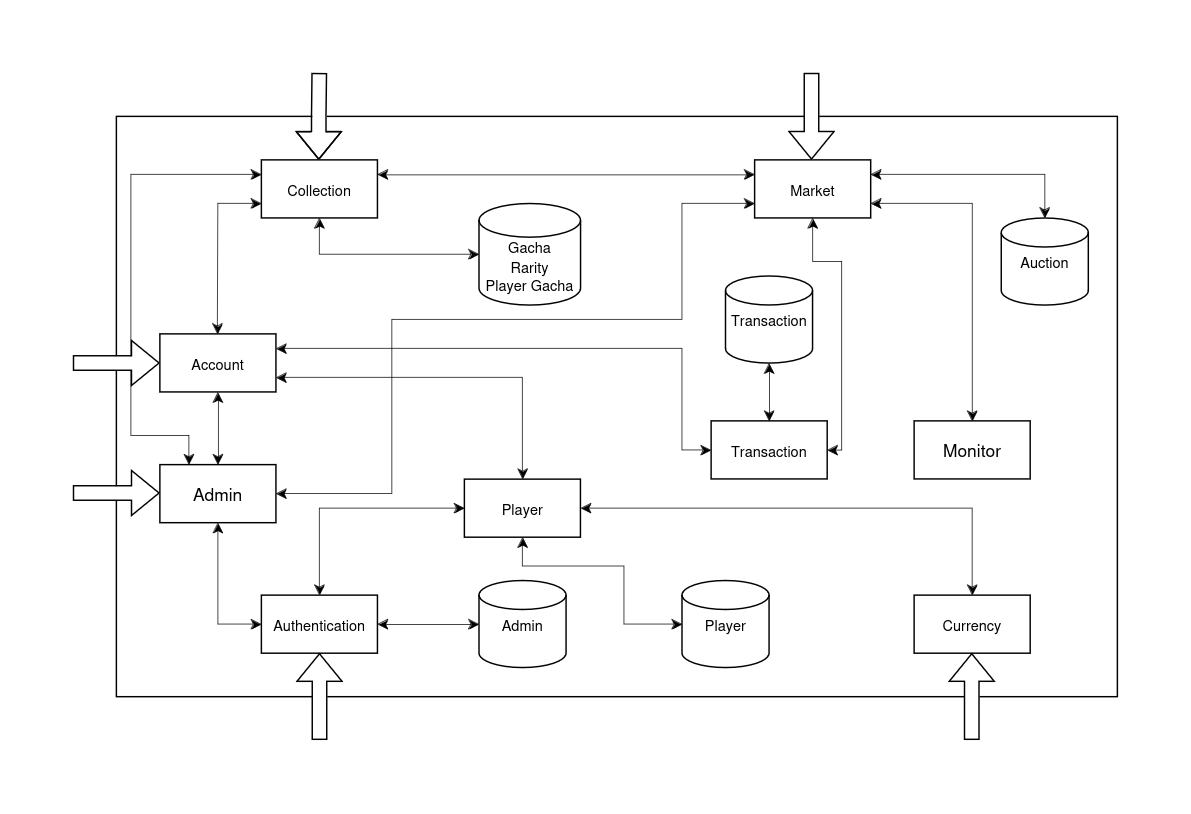
Before: doc/first-prototype-delivery/images/architecture-v2.drawio.png, a diagram exported from draw.io (pklone/ASE-project). Source tidied: cells renumbered, new cells last; positions are measured from the earlier drawing's top-left corner, leaving out a move shared by most shapes.
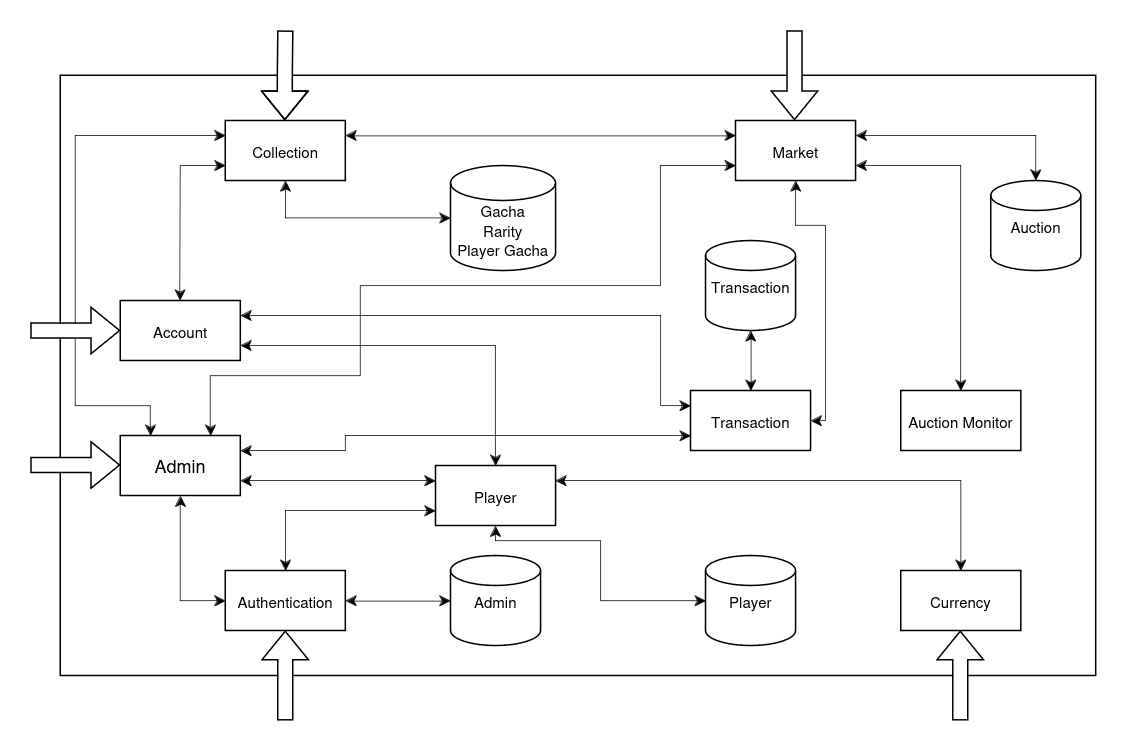
Above is the later version.

Change to the diagram source:
```diff
@@ -3,9 +3,9 @@
     <mxCell id="0" />
     <mxCell id="1" parent="0" />
     <mxCell id="2" style="rounded=0;whiteSpace=wrap;html=1;" parent="1" vertex="1">
-      <mxGeometry x="30" y="30" width="690" height="400" as="geometry" />
+      <mxGeometry x="20" y="30" width="690" height="400" as="geometry" />
     </mxCell>
-    <mxCell id="3" value="Monitor" style="rounded=0;whiteSpace=wrap;html=1;strokeWidth=1;" parent="1" vertex="1">
+    <mxCell id="3" value="&lt;font style=&quot;font-size: 10px;&quot;&gt;Auction Monitor&lt;/font&gt;" style="rounded=0;whiteSpace=wrap;html=1;strokeWidth=1;" parent="1" vertex="1">
       <mxGeometry x="580" y="240" width="80" height="40" as="geometry" />
     </mxCell>
     <mxCell id="4" value="&lt;font style=&quot;font-size: 10px;&quot;&gt;Currency&lt;/font&gt;" style="rounded=0;whiteSpace=wrap;html=1;strokeWidth=1;" parent="1" vertex="1">
@@ -39,7 +39,7 @@
       <mxGeometry relative="1" as="geometry" />
     </mxCell>
     <mxCell id="14" value="&lt;font style=&quot;font-size: 10px;&quot;&gt;Player&lt;/font&gt;" style="strokeWidth=1;html=1;shape=mxgraph.flowchart.database;whiteSpace=wrap;" parent="1" vertex="1">
-      <mxGeometry x="420" y="350" width="60" height="60" as="geometry" />
+      <mxGeometry x="450" y="350" width="60" height="60" as="geometry" />
     </mxCell>
     <mxCell id="15" style="endArrow=classic;startArrow=classic;html=1;rounded=0;strokeWidth=0.5;edgeStyle=orthogonalEdgeStyle;entryX=0.5;entryY=0;entryDx=0;entryDy=0;" parent="1" edge="1" source="26" target="4">
       <mxGeometry relative="1" as="geometry">
@@ -83,18 +83,20 @@
         </Array>
       </mxGeometry>
     </mxCell>
-    <mxCell id="20" style="endArrow=classic;startArrow=classic;html=1;rounded=0;entryX=0;entryY=0.5;entryDx=0;entryDy=0;exitX=1;exitY=0.25;exitDx=0;exitDy=0;strokeWidth=0.5;edgeStyle=orthogonalEdgeStyle;" parent="1" edge="1" source="27" target="6">
+    <mxCell id="20" style="endArrow=classic;startArrow=classic;html=1;rounded=0;exitX=1;exitY=0.25;exitDx=0;exitDy=0;strokeWidth=0.5;edgeStyle=orthogonalEdgeStyle;" parent="1" edge="1" source="27">
       <mxGeometry relative="1" as="geometry">
+        <mxPoint x="440" y="250" as="targetPoint" />
         <Array as="points">
           <mxPoint x="420" y="190" />
-          <mxPoint x="420" y="260" />
+          <mxPoint x="420" y="250" />
+          <mxPoint x="440" y="250" />
         </Array>
       </mxGeometry>
     </mxCell>
-    <mxCell id="21" style="endArrow=classic;startArrow=classic;html=1;rounded=0;entryX=0.5;entryY=0;entryDx=0;entryDy=0;exitX=0;exitY=0.5;exitDx=0;exitDy=0;strokeWidth=0.5;edgeStyle=orthogonalEdgeStyle;" parent="1" edge="1" source="26" target="7">
+    <mxCell id="21" style="endArrow=classic;startArrow=classic;html=1;rounded=0;entryX=0.5;entryY=0;entryDx=0;entryDy=0;exitX=0;exitY=0.75;exitDx=0;exitDy=0;strokeWidth=0.5;edgeStyle=orthogonalEdgeStyle;" parent="1" edge="1" source="26" target="7">
       <mxGeometry relative="1" as="geometry">
         <Array as="points">
-          <mxPoint x="170" y="300" />
+          <mxPoint x="170" y="320" />
         </Array>
       </mxGeometry>
     </mxCell>
@@ -113,6 +115,11 @@
         </Array>
       </mxGeometry>
     </mxCell>
+    <mxCell id="40" style="edgeStyle=orthogonalEdgeStyle;rounded=0;jettySize=auto;html=1;exitX=1;exitY=0.25;exitDx=0;exitDy=0;" parent="1" edge="1" source="24">
+      <mxGeometry relative="1" as="geometry">
+        <mxPoint x="140.3" y="280" as="targetPoint" />
+      </mxGeometry>
+    </mxCell>
     <mxCell id="24" value="Admin" style="rounded=0;whiteSpace=wrap;html=1;strokeWidth=1;" parent="1" vertex="1">
       <mxGeometry x="60" y="270" width="80" height="40" as="geometry" />
     </mxCell>
@@ -120,17 +127,11 @@
       <mxGeometry relative="1" as="geometry" />
     </mxCell>
     <mxCell id="26" value="&lt;font style=&quot;font-size: 10px;&quot;&gt;Player&lt;/font&gt;" style="rounded=0;whiteSpace=wrap;html=1;strokeWidth=1;" parent="1" vertex="1">
-      <mxGeometry x="270" y="280" width="80" height="40" as="geometry" />
+      <mxGeometry x="270" y="290" width="80" height="40" as="geometry" />
     </mxCell>
     <mxCell id="27" value="&lt;font style=&quot;font-size: 10px;&quot;&gt;Account&lt;/font&gt;" style="rounded=0;whiteSpace=wrap;html=1;strokeWidth=1;" parent="1" vertex="1">
       <mxGeometry x="60" y="180" width="80" height="40" as="geometry" />
     </mxCell>
-    <mxCell id="28" style="endArrow=classic;startArrow=classic;html=1;rounded=0;entryX=0;entryY=0.5;entryDx=0;entryDy=0;strokeWidth=0.5;edgeStyle=orthogonalEdgeStyle;" parent="1" edge="1">
-      <mxGeometry relative="1" as="geometry">
-        <mxPoint x="100" y="220" as="sourcePoint" />
-        <mxPoint x="100" y="270" as="targetPoint" />
-      </mxGeometry>
-    </mxCell>
     <mxCell id="29" value="&lt;font style=&quot;font-size: 10px;&quot;&gt;&lt;br&gt;Gacha&lt;br&gt;&lt;/font&gt;&lt;div style=&quot;font-size: 11px;&quot;&gt;&lt;font style=&quot;font-size: 10px;&quot;&gt;Rarity&lt;/font&gt;&lt;/div&gt;&lt;div style=&quot;font-size: 10px;&quot;&gt;&lt;font style=&quot;font-size: 10px;&quot;&gt;Player&lt;/font&gt;&lt;font style=&quot;font-size: 10px;&quot;&gt; Gacha&lt;br&gt;&lt;/font&gt;&lt;/div&gt;" style="strokeWidth=1;html=1;shape=mxgraph.flowchart.database;whiteSpace=wrap;" parent="1" vertex="1">
       <mxGeometry x="280" y="90" width="70" height="70" as="geometry" />
     </mxCell>
@@ -151,16 +152,16 @@
         <mxPoint x="130" y="70" as="targetPoint" />
         <Array as="points">
           <mxPoint x="80" y="250" />
-          <mxPoint x="40" y="250" />
-          <mxPoint x="40" y="70" />
+          <mxPoint x="30" y="250" />
+          <mxPoint x="30" y="70" />
         </Array>
       </mxGeometry>
     </mxCell>
-    <mxCell id="33" style="endArrow=classic;startArrow=classic;html=1;rounded=0;strokeWidth=0.5;edgeStyle=orthogonalEdgeStyle;entryX=0;entryY=0.75;entryDx=0;entryDy=0;" parent="1" edge="1" target="5">
+    <mxCell id="33" style="endArrow=classic;startArrow=classic;html=1;rounded=0;strokeWidth=0.5;edgeStyle=orthogonalEdgeStyle;entryX=0;entryY=0.75;entryDx=0;entryDy=0;exitX=0.75;exitY=0;exitDx=0;exitDy=0;" parent="1" edge="1" source="24" target="5">
       <mxGeometry relative="1" as="geometry">
-        <mxPoint x="140" y="290" as="sourcePoint" />
         <Array as="points">
-          <mxPoint x="220" y="290" />
+          <mxPoint x="120" y="230" />
+          <mxPoint x="220" y="230" />
           <mxPoint x="220" y="170" />
           <mxPoint x="420" y="170" />
           <mxPoint x="420" y="90" />
@@ -204,5 +205,20 @@
         <mxPoint x="619.7" y="400" as="targetPoint" />
       </mxGeometry>
     </mxCell>
+    <mxCell id="41" style="endArrow=classic;startArrow=classic;html=1;rounded=0;entryX=1;entryY=0.75;entryDx=0;entryDy=0;exitX=0;exitY=0.25;exitDx=0;exitDy=0;strokeWidth=0.5;" parent="1" edge="1" source="26" target="24">
+      <mxGeometry relative="1" as="geometry">
+        <Array as="points">
+          <mxPoint x="210" y="300" />
+        </Array>
+      </mxGeometry>
+    </mxCell>
+    <mxCell id="42" style="endArrow=classic;startArrow=classic;html=1;rounded=0;entryX=1;entryY=0.25;entryDx=0;entryDy=0;exitX=0;exitY=0.75;exitDx=0;exitDy=0;strokeWidth=0.5;edgeStyle=orthogonalEdgeStyle;" parent="1" edge="1" source="6" target="24">
+      <mxGeometry relative="1" as="geometry">
+        <Array as="points">
+          <mxPoint x="210" y="270" />
+          <mxPoint x="210" y="280" />
+        </Array>
+      </mxGeometry>
+    </mxCell>
   </root>
 </mxGraphModel>
```
